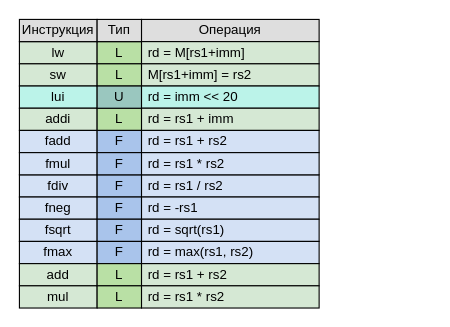
HaMeNopeDiot/hardware_gpu keeps this draw.io diagram as docs/starukhin_dissertation/images/svg/isa_set_table.drawio. Above is the earlier version. Source tidied: cells renumbered, new cells numbered last; positions are measured from the earlier drawing's top-left corner, leaving out a move shared by most shapes. Both pictures are drawn from the tidied source at 111%, with x=0, y=0 at pixel (19, 19).
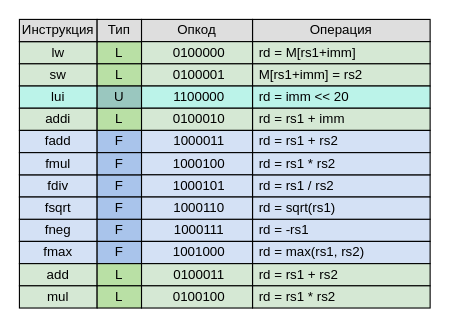
The same page after the edit.

The edit, as a diff of the source:
```diff
@@
     <mxCell id="7" value="fneg" style="rounded=0;whiteSpace=wrap;html=1;convertToSvg=1;fillColor=#D4E1F5;" parent="1" vertex="1">
-      <mxGeometry y="160" width="70" height="20" as="geometry" />
+      <mxGeometry y="180" width="70" height="20" as="geometry" />
     </mxCell>
     <mxCell id="8" value="fsqrt" style="rounded=0;whiteSpace=wrap;html=1;convertToSvg=1;fillColor=#D4E1F5;" parent="1" vertex="1">
-      <mxGeometry y="180" width="70" height="20" as="geometry" />
+      <mxGeometry y="160" width="70" height="20" as="geometry" />
     </mxCell>
@@
     <mxCell id="21" value="F" style="rounded=0;whiteSpace=wrap;html=1;fillColor=#A9C4EB;convertToSvg=1;" parent="1" vertex="1">
-      <mxGeometry x="70" y="160" width="40" height="20" as="geometry" />
+      <mxGeometry x="70" y="180" width="40" height="20" as="geometry" />
     </mxCell>
     <mxCell id="22" value="F" style="rounded=0;whiteSpace=wrap;html=1;fillColor=#A9C4EB;convertToSvg=1;" parent="1" vertex="1">
-      <mxGeometry x="70" y="180" width="40" height="20" as="geometry" />
+      <mxGeometry x="70" y="160" width="40" height="20" as="geometry" />
     </mxCell>
@@
     <mxCell id="28" value="Операция" style="rounded=0;whiteSpace=wrap;html=1;fillColor=#DEDEDE;convertToSvg=1;fontStyle=0;" parent="1" vertex="1">
-      <mxGeometry x="110" width="160" height="20" as="geometry" />
+      <mxGeometry x="210" width="160" height="20" as="geometry" />
     </mxCell>
     <mxCell id="29" value="rd = M[rs1+imm]" style="rounded=0;whiteSpace=wrap;html=1;fillColor=#D5E8D4;convertToSvg=1;align=left;spacingLeft=4;" parent="1" vertex="1">
-      <mxGeometry x="110" y="20" width="160" height="20" as="geometry" />
+      <mxGeometry x="210" y="20" width="160" height="20" as="geometry" />
     </mxCell>
     <mxCell id="30" value="M[rs1+imm] = rs2" style="rounded=0;whiteSpace=wrap;html=1;fillColor=#D5E8D4;convertToSvg=1;align=left;spacingLeft=4;" parent="1" vertex="1">
-      <mxGeometry x="110" y="40" width="160" height="20" as="geometry" />
+      <mxGeometry x="210" y="40" width="160" height="20" as="geometry" />
     </mxCell>
     <mxCell id="31" value="rd = imm &amp;lt;&amp;lt; 20" style="rounded=0;whiteSpace=wrap;html=1;fillColor=#BBF3E9;convertToSvg=1;align=left;spacingLeft=4;" parent="1" vertex="1">
-      <mxGeometry x="110" y="60" width="160" height="20" as="geometry" />
+      <mxGeometry x="210" y="60" width="160" height="20" as="geometry" />
     </mxCell>
     <mxCell id="32" value="rd = rs1 + imm" style="rounded=0;whiteSpace=wrap;html=1;fillColor=#D5E8D4;convertToSvg=1;align=left;spacingLeft=4;" parent="1" vertex="1">
-      <mxGeometry x="110" y="80" width="160" height="20" as="geometry" />
+      <mxGeometry x="210" y="80" width="160" height="20" as="geometry" />
     </mxCell>
     <mxCell id="33" value="rd = rs1 / rs2" style="rounded=0;whiteSpace=wrap;html=1;fillColor=#D4E1F5;convertToSvg=1;align=left;spacingLeft=4;" parent="1" vertex="1">
-      <mxGeometry x="110" y="140" width="160" height="20" as="geometry" />
+      <mxGeometry x="210" y="140" width="160" height="20" as="geometry" />
     </mxCell>
     <mxCell id="34" value="rd = -rs1" style="rounded=0;whiteSpace=wrap;html=1;fillColor=#D4E1F5;convertToSvg=1;align=left;spacingLeft=4;" parent="1" vertex="1">
-      <mxGeometry x="110" y="160" width="160" height="20" as="geometry" />
+      <mxGeometry x="210" y="180" width="160" height="20" as="geometry" />
     </mxCell>
     <mxCell id="35" value="rd = sqrt(rs1)" style="rounded=0;whiteSpace=wrap;html=1;fillColor=#D4E1F5;convertToSvg=1;align=left;spacingLeft=4;" parent="1" vertex="1">
-      <mxGeometry x="110" y="180" width="160" height="20" as="geometry" />
+      <mxGeometry x="210" y="160" width="160" height="20" as="geometry" />
     </mxCell>
     <mxCell id="36" value="rd = max(rs1, rs2)" style="rounded=0;whiteSpace=wrap;html=1;fillColor=#D4E1F5;convertToSvg=1;align=left;spacingLeft=4;" parent="1" vertex="1">
-      <mxGeometry x="110" y="200" width="160" height="20" as="geometry" />
+      <mxGeometry x="210" y="200" width="160" height="20" as="geometry" />
     </mxCell>
     <mxCell id="37" value="rd = rs1 + rs2" style="rounded=0;whiteSpace=wrap;html=1;fillColor=#D4E1F5;convertToSvg=1;align=left;spacingLeft=4;" parent="1" vertex="1">
-      <mxGeometry x="110" y="100" width="160" height="20" as="geometry" />
+      <mxGeometry x="210" y="100" width="160" height="20" as="geometry" />
     </mxCell>
     <mxCell id="38" value="rd = rs1 * rs2" style="rounded=0;whiteSpace=wrap;html=1;fillColor=#D4E1F5;convertToSvg=1;align=left;spacingLeft=4;" parent="1" vertex="1">
-      <mxGeometry x="110" y="120" width="160" height="20" as="geometry" />
+      <mxGeometry x="210" y="120" width="160" height="20" as="geometry" />
     </mxCell>
     <mxCell id="39" value="rd = rs1 + rs2" style="rounded=0;whiteSpace=wrap;html=1;fillColor=#D5E8D4;convertToSvg=1;align=left;spacingLeft=4;" parent="1" vertex="1">
-      <mxGeometry x="110" y="220" width="160" height="20" as="geometry" />
+      <mxGeometry x="210" y="220" width="160" height="20" as="geometry" />
     </mxCell>
     <mxCell id="40" value="rd = rs1 * rs2" style="rounded=0;whiteSpace=wrap;html=1;fillColor=#D5E8D4;convertToSvg=1;align=left;spacingLeft=4;" parent="1" vertex="1">
-      <mxGeometry x="110" y="240" width="160" height="20" as="geometry" />
+      <mxGeometry x="210" y="240" width="160" height="20" as="geometry" />
     </mxCell>
+    <mxCell id="41" value="Опкод" style="rounded=0;whiteSpace=wrap;html=1;fillColor=#DEDEDE;convertToSvg=1;fontStyle=0;" parent="1" vertex="1">
+      <mxGeometry x="110" width="100" height="20" as="geometry" />
+    </mxCell>
+    <mxCell id="42" value="0100000" style="rounded=0;whiteSpace=wrap;html=1;fillColor=#D5E8D4;convertToSvg=1;align=center;spacingLeft=4;spacing=0;" parent="1" vertex="1">
+      <mxGeometry x="110" y="20" width="100" height="20" as="geometry" />
+    </mxCell>
+    <mxCell id="43" value="0100001" style="rounded=0;whiteSpace=wrap;html=1;fillColor=#D5E8D4;convertToSvg=1;align=center;spacingLeft=4;spacing=0;" parent="1" vertex="1">
+      <mxGeometry x="110" y="40" width="100" height="20" as="geometry" />
+    </mxCell>
+    <mxCell id="44" value="1100000" style="rounded=0;whiteSpace=wrap;html=1;fillColor=#BBF3E9;convertToSvg=1;align=center;spacingLeft=4;spacing=0;" parent="1" vertex="1">
+      <mxGeometry x="110" y="60" width="100" height="20" as="geometry" />
+    </mxCell>
+    <mxCell id="45" value="&lt;span style=&quot;text-wrap-mode: nowrap;&quot;&gt;0100010&lt;/span&gt;" style="rounded=0;whiteSpace=wrap;html=1;fillColor=#D5E8D4;convertToSvg=1;align=center;spacingLeft=4;spacing=0;" parent="1" vertex="1">
+      <mxGeometry x="110" y="80" width="100" height="20" as="geometry" />
+    </mxCell>
+    <mxCell id="46" value="1000011" style="rounded=0;whiteSpace=wrap;html=1;fillColor=#D4E1F5;convertToSvg=1;align=center;spacingLeft=4;spacing=0;" parent="1" vertex="1">
+      <mxGeometry x="110" y="100" width="100" height="20" as="geometry" />
+    </mxCell>
+    <mxCell id="47" value="&lt;span style=&quot;text-wrap-mode: nowrap;&quot;&gt;1000100&lt;/span&gt;" style="rounded=0;whiteSpace=wrap;html=1;fillColor=#D4E1F5;convertToSvg=1;align=center;spacingLeft=4;spacing=0;" parent="1" vertex="1">
+      <mxGeometry x="110" y="120" width="100" height="20" as="geometry" />
+    </mxCell>
+    <mxCell id="48" value="&lt;span style=&quot;text-wrap-mode: nowrap;&quot;&gt;1000101&lt;/span&gt;" style="rounded=0;whiteSpace=wrap;html=1;fillColor=#D4E1F5;convertToSvg=1;align=center;spacingLeft=4;spacing=0;" parent="1" vertex="1">
+      <mxGeometry x="110" y="140" width="100" height="20" as="geometry" />
+    </mxCell>
+    <mxCell id="49" value="&lt;span style=&quot;text-wrap-mode: nowrap;&quot;&gt;1000111&lt;/span&gt;" style="rounded=0;whiteSpace=wrap;html=1;fillColor=#D4E1F5;convertToSvg=1;align=center;spacingLeft=4;spacing=0;" parent="1" vertex="1">
+      <mxGeometry x="110" y="180" width="100" height="20" as="geometry" />
+    </mxCell>
+    <mxCell id="50" value="&lt;span style=&quot;text-wrap-mode: nowrap;&quot;&gt;1000110&lt;/span&gt;" style="rounded=0;whiteSpace=wrap;html=1;fillColor=#D4E1F5;convertToSvg=1;align=center;spacingLeft=4;spacing=0;" parent="1" vertex="1">
+      <mxGeometry x="110" y="160" width="100" height="20" as="geometry" />
+    </mxCell>
+    <mxCell id="51" value="&lt;span style=&quot;text-wrap-mode: nowrap;&quot;&gt;1001000&lt;/span&gt;" style="rounded=0;whiteSpace=wrap;html=1;fillColor=#D4E1F5;convertToSvg=1;align=center;spacingLeft=4;spacing=0;" parent="1" vertex="1">
+      <mxGeometry x="110" y="200" width="100" height="20" as="geometry" />
+    </mxCell>
+    <mxCell id="52" value="&lt;span style=&quot;text-wrap-mode: nowrap;&quot;&gt;0100011&lt;/span&gt;" style="rounded=0;whiteSpace=wrap;html=1;fillColor=#D5E8D4;convertToSvg=1;align=center;spacingLeft=4;spacing=0;" parent="1" vertex="1">
+      <mxGeometry x="110" y="220" width="100" height="20" as="geometry" />
+    </mxCell>
+    <mxCell id="53" value="&lt;span style=&quot;text-wrap-mode: nowrap;&quot;&gt;0100100&lt;/span&gt;" style="rounded=0;whiteSpace=wrap;html=1;fillColor=#D5E8D4;convertToSvg=1;align=center;spacingLeft=4;spacing=0;" parent="1" vertex="1">
+      <mxGeometry x="110" y="240" width="100" height="20" as="geometry" />
+    </mxCell>
```
